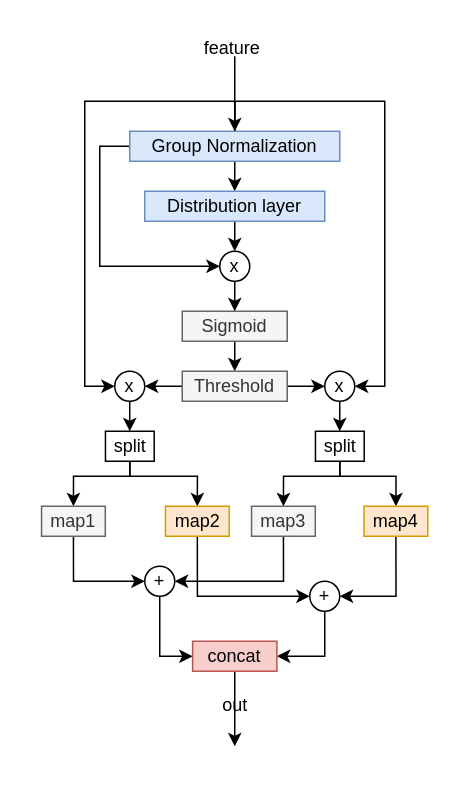
Earlier version of the draw.io diagram drawio/SRU.drawio (cvYouTian/Graph-of-Paper). Source tidied: cells renumbered, new cells numbered last; positions are measured from the earlier drawing's top-left corner, leaving out a move shared by most shapes. Both pictures are drawn from the tidied source at 150%, with x=0, y=0 at pixel (40, 26).
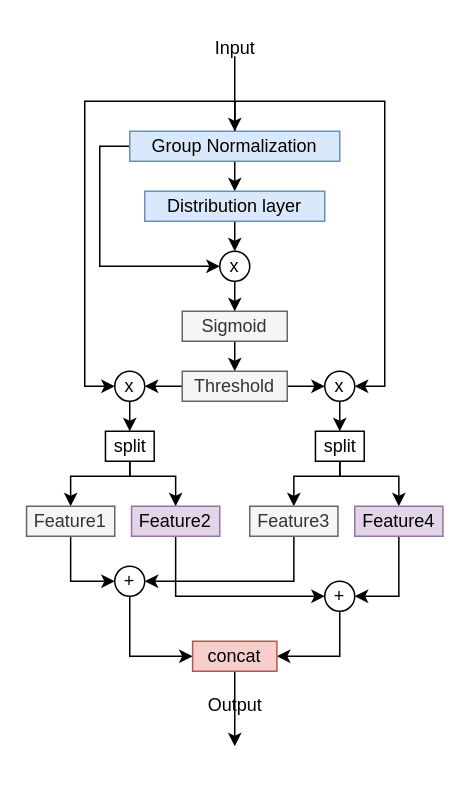
After the change.

The change refers to these unchanged cells:
```xml
<mxCell id="23" value="split" style="rounded=0;whiteSpace=wrap;html=1;" parent="1" vertex="1">
  <mxGeometry x="42.8" y="270" width="32.5" height="20" as="geometry" />
</mxCell>
<mxCell id="26" value="split" style="rounded=0;whiteSpace=wrap;html=1;" parent="1" vertex="1">
  <mxGeometry x="182.8" y="270" width="32.5" height="20" as="geometry" />
</mxCell>
```

Change to the diagram source:
```diff
@@
+    <mxCell id="43" style="edgeStyle=orthogonalEdgeStyle;rounded=0;jettySize=auto;html=1;exitX=0.5;exitY=1;exitDx=0;exitDy=0;entryX=0.5;entryY=0;entryDx=0;entryDy=0;" parent="1" edge="1" source="23" target="49">
+      <mxGeometry relative="1" as="geometry">
+        <Array as="points">
+          <mxPoint x="59" y="300" />
+          <mxPoint x="90" y="300" />
+        </Array>
+      </mxGeometry>
+    </mxCell>
     <mxCell id="21" style="edgeStyle=orthogonalEdgeStyle;rounded=0;jettySize=auto;html=1;exitX=0.5;exitY=1;exitDx=0;exitDy=0;entryX=0.5;entryY=0;entryDx=0;entryDy=0;" parent="1" edge="1" source="23" target="28">
       <mxGeometry relative="1" as="geometry">
         <Array as="points">
-          <mxPoint x="22" y="300" />
+          <mxPoint x="59" y="300" />
+          <mxPoint x="20" y="300" />
         </Array>
       </mxGeometry>
     </mxCell>
-    <mxCell id="22" style="edgeStyle=orthogonalEdgeStyle;rounded=0;jettySize=auto;html=1;exitX=0.5;exitY=1;exitDx=0;exitDy=0;entryX=0.5;entryY=0;entryDx=0;entryDy=0;" parent="1" edge="1" source="23" target="34">
-      <mxGeometry relative="1" as="geometry">
-        <Array as="points">
-          <mxPoint x="59" y="300" />
-          <mxPoint x="104" y="300" />
-        </Array>
-      </mxGeometry>
-    </mxCell>
@@
-    <mxCell id="24" style="edgeStyle=orthogonalEdgeStyle;rounded=0;jettySize=auto;html=1;exitX=0.5;exitY=1;exitDx=0;exitDy=0;entryX=0.5;entryY=0;entryDx=0;entryDy=0;" parent="1" edge="1" source="26" target="32">
-      <mxGeometry relative="1" as="geometry">
-        <Array as="points">
-          <mxPoint x="199" y="300" />
-          <mxPoint x="162" y="300" />
-        </Array>
-      </mxGeometry>
-    </mxCell>
-    <mxCell id="25" style="edgeStyle=orthogonalEdgeStyle;rounded=0;jettySize=auto;html=1;exitX=0.5;exitY=1;exitDx=0;exitDy=0;entryX=0.5;entryY=0;entryDx=0;entryDy=0;" parent="1" edge="1" source="26" target="30">
-      <mxGeometry relative="1" as="geometry">
-        <Array as="points">
-          <mxPoint x="199" y="300" />
-          <mxPoint x="237" y="300" />
-        </Array>
-      </mxGeometry>
-    </mxCell>
+    <mxCell id="44" style="edgeStyle=orthogonalEdgeStyle;rounded=0;jettySize=auto;html=1;exitX=0.5;exitY=1;exitDx=0;exitDy=0;entryX=0.5;entryY=0;entryDx=0;entryDy=0;" parent="1" edge="1" source="26" target="47">
+      <mxGeometry relative="1" as="geometry">
+        <Array as="points">
+          <mxPoint x="199" y="300" />
+          <mxPoint x="168" y="300" />
+        </Array>
+      </mxGeometry>
+    </mxCell>
+    <mxCell id="45" style="edgeStyle=orthogonalEdgeStyle;rounded=0;jettySize=auto;html=1;exitX=0.5;exitY=1;exitDx=0;exitDy=0;entryX=0.5;entryY=0;entryDx=0;entryDy=0;" parent="1" edge="1" source="26" target="51">
+      <mxGeometry relative="1" as="geometry">
+        <Array as="points">
+          <mxPoint x="199" y="300" />
+          <mxPoint x="238" y="300" />
+        </Array>
+      </mxGeometry>
+    </mxCell>
@@
-    <mxCell id="28" value="map1" style="rounded=0;whiteSpace=wrap;html=1;fillColor=#f5f5f5;fontColor=#333333;strokeColor=#666666;" parent="1" vertex="1">
-      <mxGeometry x="0.2" y="320" width="42.5" height="20" as="geometry" />
+    <mxCell id="28" value="Feature1" style="rounded=0;whiteSpace=wrap;html=1;fillColor=#f5f5f5;fontColor=#333333;strokeColor=#666666;" parent="1" vertex="1">
+      <mxGeometry x="-9.8" y="320" width="58.8" height="20" as="geometry" />
     </mxCell>
-    <mxCell id="29" style="edgeStyle=orthogonalEdgeStyle;rounded=0;jettySize=auto;html=1;exitX=0.5;exitY=1;exitDx=0;exitDy=0;entryX=1;entryY=0.5;entryDx=0;entryDy=0;" parent="1" edge="1" source="30" target="36">
-      <mxGeometry relative="1" as="geometry" />
-    </mxCell>
-    <mxCell id="30" value="map4" style="rounded=0;whiteSpace=wrap;html=1;fillColor=#ffe6cc;strokeColor=#d79b00;" parent="1" vertex="1">
-      <mxGeometry x="215.2" y="320" width="42.5" height="20" as="geometry" />
-    </mxCell>
-    <mxCell id="31" style="edgeStyle=orthogonalEdgeStyle;rounded=0;jettySize=auto;html=1;exitX=0.5;exitY=1;exitDx=0;exitDy=0;entryX=1;entryY=0.5;entryDx=0;entryDy=0;" parent="1" edge="1" source="32" target="38">
-      <mxGeometry relative="1" as="geometry" />
-    </mxCell>
-    <mxCell id="32" value="map3" style="rounded=0;whiteSpace=wrap;html=1;fillColor=#f5f5f5;fontColor=#333333;strokeColor=#666666;" parent="1" vertex="1">
-      <mxGeometry x="140.2" y="320" width="42.5" height="20" as="geometry" />
-    </mxCell>
-    <mxCell id="33" style="edgeStyle=orthogonalEdgeStyle;rounded=0;jettySize=auto;html=1;exitX=0.5;exitY=1;exitDx=0;exitDy=0;entryX=0;entryY=0.5;entryDx=0;entryDy=0;" parent="1" edge="1" source="34" target="36">
-      <mxGeometry relative="1" as="geometry" />
-    </mxCell>
-    <mxCell id="34" value="map2" style="rounded=0;whiteSpace=wrap;html=1;fillColor=#ffe6cc;strokeColor=#d79b00;" parent="1" vertex="1">
-      <mxGeometry x="82.8" y="320" width="42.5" height="20" as="geometry" />
-    </mxCell>
@@
     <mxCell id="36" value="+" style="ellipse;whiteSpace=wrap;html=1;" parent="1" vertex="1">
-      <mxGeometry x="179" y="370" width="20" height="20" as="geometry" />
+      <mxGeometry x="189" y="370" width="20" height="20" as="geometry" />
     </mxCell>
@@
     <mxCell id="38" value="+" style="ellipse;whiteSpace=wrap;html=1;" parent="1" vertex="1">
-      <mxGeometry x="69" y="360" width="20" height="20" as="geometry" />
+      <mxGeometry x="49" y="360" width="20" height="20" as="geometry" />
     </mxCell>
@@
-    <mxCell id="41" value="feature" style="text;html=1;align=center;verticalAlign=middle;strokeColor=none;fillColor=none;" parent="1" vertex="1">
-      <mxGeometry x="97.1" width="60" height="30" as="geometry" />
+    <mxCell id="41" value="Input" style="text;html=1;align=center;verticalAlign=middle;strokeColor=none;fillColor=none;" parent="1" vertex="1">
+      <mxGeometry x="104" width="50" height="30" as="geometry" />
     </mxCell>
-    <mxCell id="42" value="out" style="text;html=1;align=center;verticalAlign=middle;strokeColor=none;fillColor=none;" parent="1" vertex="1">
-      <mxGeometry x="109" y="438" width="40" height="30" as="geometry" />
+    <mxCell id="42" value="Output" style="text;html=1;align=center;verticalAlign=middle;strokeColor=none;fillColor=none;" parent="1" vertex="1">
+      <mxGeometry x="99" y="438" width="60" height="30" as="geometry" />
     </mxCell>
+    <mxCell id="46" style="edgeStyle=orthogonalEdgeStyle;rounded=0;jettySize=auto;html=1;exitX=0.5;exitY=1;exitDx=0;exitDy=0;entryX=1;entryY=0.5;entryDx=0;entryDy=0;" parent="1" edge="1" source="47" target="38">
+      <mxGeometry relative="1" as="geometry" />
+    </mxCell>
+    <mxCell id="47" value="Feature3" style="rounded=0;whiteSpace=wrap;html=1;fillColor=#f5f5f5;fontColor=#333333;strokeColor=#666666;" parent="1" vertex="1">
+      <mxGeometry x="139" y="320" width="58.8" height="20" as="geometry" />
+    </mxCell>
+    <mxCell id="48" style="edgeStyle=orthogonalEdgeStyle;rounded=0;jettySize=auto;html=1;exitX=0.5;exitY=1;exitDx=0;exitDy=0;entryX=0;entryY=0.5;entryDx=0;entryDy=0;" parent="1" edge="1" source="49" target="36">
+      <mxGeometry relative="1" as="geometry" />
+    </mxCell>
+    <mxCell id="49" value="Feature2" style="rounded=0;whiteSpace=wrap;html=1;fillColor=#e1d5e7;strokeColor=#9673a6;" parent="1" vertex="1">
+      <mxGeometry x="60.2" y="320" width="58.8" height="20" as="geometry" />
+    </mxCell>
+    <mxCell id="50" style="edgeStyle=orthogonalEdgeStyle;rounded=0;jettySize=auto;html=1;exitX=0.5;exitY=1;exitDx=0;exitDy=0;entryX=1;entryY=0.5;entryDx=0;entryDy=0;" parent="1" edge="1" source="51" target="36">
+      <mxGeometry relative="1" as="geometry" />
+    </mxCell>
+    <mxCell id="51" value="Feature4" style="rounded=0;whiteSpace=wrap;html=1;fillColor=#e1d5e7;strokeColor=#9673a6;" parent="1" vertex="1">
+      <mxGeometry x="209" y="320" width="58.8" height="20" as="geometry" />
+    </mxCell>
```
